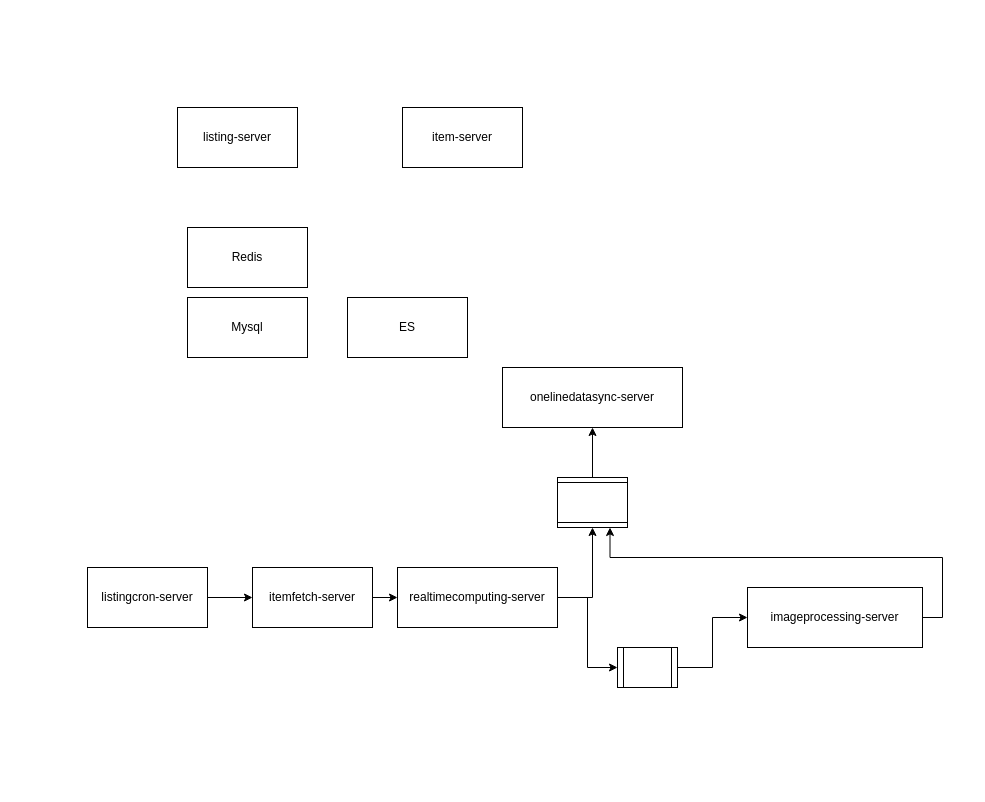
The draw.io diagram source/diagrams/hotel_admin.drawio in wxquare/wxquare.github.io, before the edit. Source tidied: cells renumbered, new cells numbered last; positions are measured from the earlier drawing's top-left corner, leaving out a move shared by most shapes. Both pictures are drawn from the tidied source at 100%, with x=0, y=0 at pixel (87, 107).
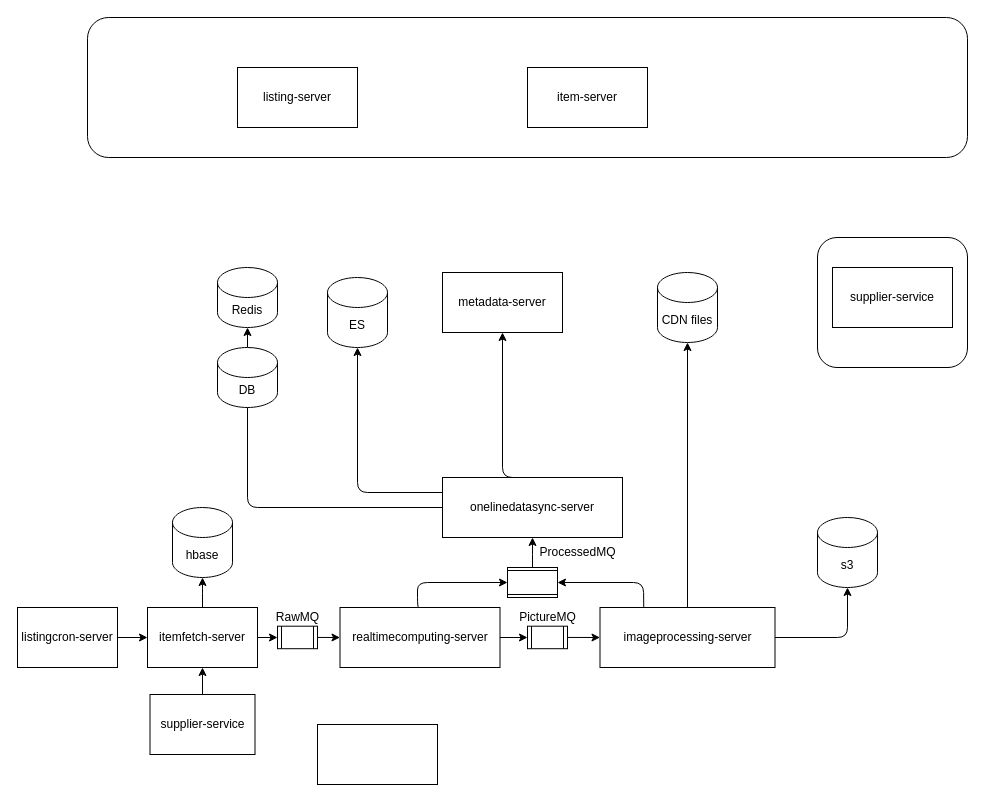
The same diagram, later.

Change to the diagram source:
```diff
@@
+    <mxCell id="21" style="rounded=1;whiteSpace=wrap;html=1;" parent="1" vertex="1">
+      <mxGeometry x="730" y="130" width="150" height="130" as="geometry" />
+    </mxCell>
+    <mxCell id="22" style="rounded=1;whiteSpace=wrap;html=1;" parent="1" vertex="1">
+      <mxGeometry y="-90" width="880" height="140" as="geometry" />
+    </mxCell>
     <mxCell id="2" value="listing-server" style="rounded=0;whiteSpace=wrap;html=1;" parent="1" vertex="1">
-      <mxGeometry x="90" width="120" height="60" as="geometry" />
+      <mxGeometry x="150" y="-40" width="120" height="60" as="geometry" />
     </mxCell>
     <mxCell id="3" value="item-server" style="rounded=0;whiteSpace=wrap;html=1;" parent="1" vertex="1">
-      <mxGeometry x="315" width="120" height="60" as="geometry" />
+      <mxGeometry x="440" y="-40" width="120" height="60" as="geometry" />
     </mxCell>
@@
     <mxCell id="5" value="listingcron-server" style="rounded=0;whiteSpace=wrap;html=1;" parent="1" vertex="1">
-      <mxGeometry y="460" width="120" height="60" as="geometry" />
+      <mxGeometry x="-70" y="500" width="100" height="60" as="geometry" />
     </mxCell>
-    <mxCell id="6" style="edgeStyle=orthogonalEdgeStyle;rounded=0;jettySize=auto;html=1;exitX=1;exitY=0.5;exitDx=0;exitDy=0;entryX=0;entryY=0.5;entryDx=0;entryDy=0;" parent="1" edge="1" source="7" target="10">
-      <mxGeometry relative="1" as="geometry" />
-    </mxCell>
+    <mxCell id="23" style="edgeStyle=orthogonalEdgeStyle;rounded=0;jettySize=auto;html=1;exitX=1;exitY=0.5;exitDx=0;exitDy=0;entryX=0;entryY=0.5;entryDx=0;entryDy=0;" parent="1" edge="1" source="7">
+      <mxGeometry relative="1" as="geometry">
+        <mxPoint x="190" y="530" as="targetPoint" />
+        <Array as="points">
+          <mxPoint x="170" y="530" />
+          <mxPoint x="170" y="530" />
+        </Array>
+      </mxGeometry>
+    </mxCell>
+    <mxCell id="24" style="edgeStyle=elbowEdgeStyle;rounded=1;jettySize=auto;html=1;exitX=0.5;exitY=0;exitDx=0;exitDy=0;entryX=0.5;entryY=1;entryDx=0;entryDy=0;entryPerimeter=0;" parent="1" edge="1" source="7" target="38">
+      <mxGeometry relative="1" as="geometry" />
+    </mxCell>
     <mxCell id="7" value="itemfetch-server" style="rounded=0;whiteSpace=wrap;html=1;" parent="1" vertex="1">
-      <mxGeometry x="165" y="460" width="120" height="60" as="geometry" />
+      <mxGeometry x="60" y="500" width="110" height="60" as="geometry" />
     </mxCell>
-    <mxCell id="8" style="edgeStyle=orthogonalEdgeStyle;rounded=0;jettySize=auto;html=1;exitX=1;exitY=0.5;exitDx=0;exitDy=0;entryX=0;entryY=0.5;entryDx=0;entryDy=0;" parent="1" edge="1" source="10" target="15">
-      <mxGeometry relative="1" as="geometry" />
-    </mxCell>
-    <mxCell id="9" style="edgeStyle=orthogonalEdgeStyle;rounded=0;jettySize=auto;html=1;exitX=1;exitY=0.5;exitDx=0;exitDy=0;entryX=0;entryY=0.5;entryDx=0;entryDy=0;" parent="1" edge="1" source="10" target="17">
+    <mxCell id="9" style="edgeStyle=orthogonalEdgeStyle;rounded=0;jettySize=auto;html=1;exitX=1;exitY=0.5;exitDx=0;exitDy=0;" parent="1" edge="1" source="10" target="17">
       <mxGeometry relative="1" as="geometry" />
     </mxCell>
+    <mxCell id="25" style="edgeStyle=elbowEdgeStyle;rounded=1;jettySize=auto;html=1;exitX=0.5;exitY=0;exitDx=0;exitDy=0;entryX=0.5;entryY=1;entryDx=0;entryDy=0;" parent="1" edge="1" source="10" target="37">
+      <mxGeometry relative="1" as="geometry">
+        <Array as="points">
+          <mxPoint x="330" y="480" />
+        </Array>
+      </mxGeometry>
+    </mxCell>
     <mxCell id="10" value="realtimecomputing-server" style="rounded=0;whiteSpace=wrap;html=1;" parent="1" vertex="1">
-      <mxGeometry x="310" y="460" width="160" height="60" as="geometry" />
+      <mxGeometry x="252.5" y="500" width="160" height="60" as="geometry" />
     </mxCell>
+    <mxCell id="26" style="edgeStyle=elbowEdgeStyle;rounded=1;jettySize=auto;html=1;exitX=0;exitY=0.5;exitDx=0;exitDy=0;entryX=0.5;entryY=1;entryDx=0;entryDy=0;" parent="1" edge="1" source="11">
+      <mxGeometry relative="1" as="geometry">
+        <mxPoint x="160" y="260" as="targetPoint" />
+        <Array as="points">
+          <mxPoint x="160" y="350" />
+        </Array>
+      </mxGeometry>
+    </mxCell>
+    <mxCell id="27" style="edgeStyle=elbowEdgeStyle;rounded=1;jettySize=auto;html=1;exitX=0;exitY=0.25;exitDx=0;exitDy=0;entryX=0.5;entryY=1;entryDx=0;entryDy=0;entryPerimeter=0;" parent="1" edge="1" source="11" target="19">
+      <mxGeometry relative="1" as="geometry">
+        <Array as="points">
+          <mxPoint x="270" y="300" />
+          <mxPoint x="300" y="300" />
+        </Array>
+      </mxGeometry>
+    </mxCell>
+    <mxCell id="28" style="edgeStyle=elbowEdgeStyle;rounded=1;jettySize=auto;html=1;exitX=0.5;exitY=0;exitDx=0;exitDy=0;entryX=0.5;entryY=1;entryDx=0;entryDy=0;" parent="1" edge="1" source="11" target="33">
+      <mxGeometry relative="1" as="geometry">
+        <Array as="points">
+          <mxPoint x="415" y="270" />
+        </Array>
+      </mxGeometry>
+    </mxCell>
     <mxCell id="11" value="onelinedatasync-server" style="rounded=0;whiteSpace=wrap;html=1;" parent="1" vertex="1">
-      <mxGeometry x="415" y="260" width="180" height="60" as="geometry" />
+      <mxGeometry x="355" y="370" width="180" height="60" as="geometry" />
     </mxCell>
-    <mxCell id="12" style="edgeStyle=orthogonalEdgeStyle;rounded=0;jettySize=auto;html=1;exitX=1;exitY=0.5;exitDx=0;exitDy=0;entryX=0;entryY=0.75;entryDx=0;entryDy=0;" parent="1" edge="1" source="13" target="15">
-      <mxGeometry relative="1" as="geometry" />
-    </mxCell>
+    <mxCell id="29" style="edgeStyle=orthogonalEdgeStyle;rounded=1;jettySize=auto;html=1;exitX=1;exitY=0.5;exitDx=0;exitDy=0;entryX=0.5;entryY=1;entryDx=0;entryDy=0;entryPerimeter=0;" parent="1" edge="1" source="13" target="41">
+      <mxGeometry relative="1" as="geometry" />
+    </mxCell>
+    <mxCell id="30" style="edgeStyle=elbowEdgeStyle;rounded=1;jettySize=auto;html=1;exitX=0.25;exitY=0;exitDx=0;exitDy=0;entryX=0.5;entryY=0;entryDx=0;entryDy=0;" parent="1" edge="1" source="13" target="37">
+      <mxGeometry relative="1" as="geometry">
+        <Array as="points">
+          <mxPoint x="556" y="480" />
+          <mxPoint x="530" y="480" />
+        </Array>
+      </mxGeometry>
+    </mxCell>
+    <mxCell id="31" style="edgeStyle=elbowEdgeStyle;rounded=1;jettySize=auto;html=1;exitX=0.5;exitY=0;exitDx=0;exitDy=0;entryX=0.5;entryY=1;entryDx=0;entryDy=0;entryPerimeter=0;" parent="1" edge="1" source="13" target="44">
+      <mxGeometry relative="1" as="geometry" />
+    </mxCell>
     <mxCell id="13" value="imageprocessing-server" style="rounded=0;whiteSpace=wrap;html=1;" parent="1" vertex="1">
-      <mxGeometry x="660" y="480" width="175" height="60" as="geometry" />
+      <mxGeometry x="512.5" y="500" width="175" height="60" as="geometry" />
     </mxCell>
-    <mxCell id="14" style="edgeStyle=orthogonalEdgeStyle;rounded=0;jettySize=auto;html=1;exitX=1;exitY=0.5;exitDx=0;exitDy=0;entryX=0.5;entryY=1;entryDx=0;entryDy=0;" parent="1" edge="1" source="15" target="11">
-      <mxGeometry relative="1" as="geometry" />
-    </mxCell>
-    <mxCell id="15" style="shape=process;whiteSpace=wrap;html=1;backgroundOutline=1;rotation=-90;" parent="1" vertex="1">
-      <mxGeometry x="480" y="360" width="50" height="70" as="geometry" />
-    </mxCell>
@@
     <mxCell id="17" style="shape=process;whiteSpace=wrap;html=1;backgroundOutline=1;" parent="1" vertex="1">
-      <mxGeometry x="530" y="540" width="60" height="40" as="geometry" />
+      <mxGeometry x="440" y="518.7" width="40" height="22.5" as="geometry" />
     </mxCell>
-    <mxCell id="18" value="Mysql" style="rounded=0;whiteSpace=wrap;html=1;" parent="1" vertex="1">
-      <mxGeometry x="100" y="190" width="120" height="60" as="geometry" />
-    </mxCell>
+    <mxCell id="32" value="supplier-service" style="rounded=0;whiteSpace=wrap;html=1;" parent="1" vertex="1">
+      <mxGeometry x="745" y="160" width="120" height="60" as="geometry" />
+    </mxCell>
+    <mxCell id="33" value="metadata-server" style="rounded=0;whiteSpace=wrap;html=1;" parent="1" vertex="1">
+      <mxGeometry x="355" y="165" width="120" height="60" as="geometry" />
+    </mxCell>
+    <mxCell id="34" style="edgeStyle=orthogonalEdgeStyle;rounded=0;jettySize=auto;html=1;entryX=0.5;entryY=1;entryDx=0;entryDy=0;" parent="1" edge="1" source="35" target="7">
+      <mxGeometry relative="1" as="geometry" />
+    </mxCell>
+    <mxCell id="35" value="supplier-service&lt;br&gt;" style="rounded=0;whiteSpace=wrap;html=1;" parent="1" vertex="1">
+      <mxGeometry x="62.5" y="587" width="105" height="60" as="geometry" />
+    </mxCell>
+    <mxCell id="36" style="edgeStyle=orthogonalEdgeStyle;rounded=0;jettySize=auto;html=1;exitX=0;exitY=0.5;exitDx=0;exitDy=0;entryX=0.5;entryY=1;entryDx=0;entryDy=0;" parent="1" edge="1" source="37" target="11">
+      <mxGeometry relative="1" as="geometry">
+        <Array as="points">
+          <mxPoint x="445" y="447" />
+        </Array>
+      </mxGeometry>
+    </mxCell>
+    <mxCell id="37" style="shape=process;whiteSpace=wrap;html=1;backgroundOutline=1;rotation=90;" parent="1" vertex="1">
+      <mxGeometry x="430" y="450" width="30" height="50" as="geometry" />
+    </mxCell>
+    <mxCell id="38" value="hbase" style="shape=cylinder3;whiteSpace=wrap;html=1;boundedLbl=1;backgroundOutline=1;size=15;" parent="1" vertex="1">
+      <mxGeometry x="85" y="400" width="60" height="70" as="geometry" />
+    </mxCell>
+    <mxCell id="39" style="edgeStyle=orthogonalEdgeStyle;rounded=0;jettySize=auto;html=1;exitX=1;exitY=0.5;exitDx=0;exitDy=0;entryX=0;entryY=0.5;entryDx=0;entryDy=0;" parent="1" edge="1" source="40" target="10">
+      <mxGeometry relative="1" as="geometry" />
+    </mxCell>
+    <mxCell id="40" style="shape=process;whiteSpace=wrap;html=1;backgroundOutline=1;" parent="1" vertex="1">
+      <mxGeometry x="190" y="518.7" width="40" height="22.5" as="geometry" />
+    </mxCell>
+    <mxCell id="41" value="s3" style="shape=cylinder3;whiteSpace=wrap;html=1;boundedLbl=1;backgroundOutline=1;size=15;" parent="1" vertex="1">
+      <mxGeometry x="730" y="410" width="60" height="70" as="geometry" />
+    </mxCell>
-    <mxCell id="19" value="ES" style="rounded=0;whiteSpace=wrap;html=1;" parent="1" vertex="1">
-      <mxGeometry x="260" y="190" width="120" height="60" as="geometry" />
+    <mxCell id="19" value="ES" style="shape=cylinder3;whiteSpace=wrap;html=1;boundedLbl=1;backgroundOutline=1;size=15;" parent="1" vertex="1">
+      <mxGeometry x="240" y="170" width="60" height="70" as="geometry" />
     </mxCell>
+    <mxCell id="42" style="edgeStyle=elbowEdgeStyle;rounded=1;jettySize=auto;html=1;exitX=0.5;exitY=0;exitDx=0;exitDy=0;exitPerimeter=0;" parent="1" edge="1" source="43">
+      <mxGeometry relative="1" as="geometry">
+        <mxPoint x="159.7" y="220" as="targetPoint" />
+      </mxGeometry>
+    </mxCell>
+    <mxCell id="43" value="DB" style="shape=cylinder3;whiteSpace=wrap;html=1;boundedLbl=1;backgroundOutline=1;size=15;" parent="1" vertex="1">
+      <mxGeometry x="130" y="240" width="60" height="60" as="geometry" />
+    </mxCell>
-    <mxCell id="20" value="Redis" style="rounded=0;whiteSpace=wrap;html=1;" parent="1" vertex="1">
-      <mxGeometry x="100" y="120" width="120" height="60" as="geometry" />
+    <mxCell id="20" value="Redis" style="shape=cylinder3;whiteSpace=wrap;html=1;boundedLbl=1;backgroundOutline=1;size=15;" parent="1" vertex="1">
+      <mxGeometry x="130" y="160" width="60" height="60" as="geometry" />
     </mxCell>
+    <mxCell id="44" value="CDN files" style="shape=cylinder3;whiteSpace=wrap;html=1;boundedLbl=1;backgroundOutline=1;size=15;" parent="1" vertex="1">
+      <mxGeometry x="570" y="165" width="60" height="70" as="geometry" />
+    </mxCell>
+    <mxCell id="45" value="RawMQ" style="text;html=1;align=center;verticalAlign=middle;strokeColor=none;fillColor=none;" parent="1" vertex="1">
+      <mxGeometry x="175" y="495" width="70" height="30" as="geometry" />
+    </mxCell>
+    <mxCell id="46" value="PictureMQ" style="text;html=1;align=center;verticalAlign=middle;strokeColor=none;fillColor=none;" parent="1" vertex="1">
+      <mxGeometry x="420" y="495" width="80" height="30" as="geometry" />
+    </mxCell>
+    <mxCell id="47" value="ProcessedMQ" style="text;html=1;align=center;verticalAlign=middle;strokeColor=none;fillColor=none;" parent="1" vertex="1">
+      <mxGeometry x="440" y="430" width="100" height="30" as="geometry" />
+    </mxCell>
+    <mxCell id="48" style="rounded=0;whiteSpace=wrap;html=1;" parent="1" vertex="1">
+      <mxGeometry x="230" y="617" width="120" height="60" as="geometry" />
+    </mxCell>
```
